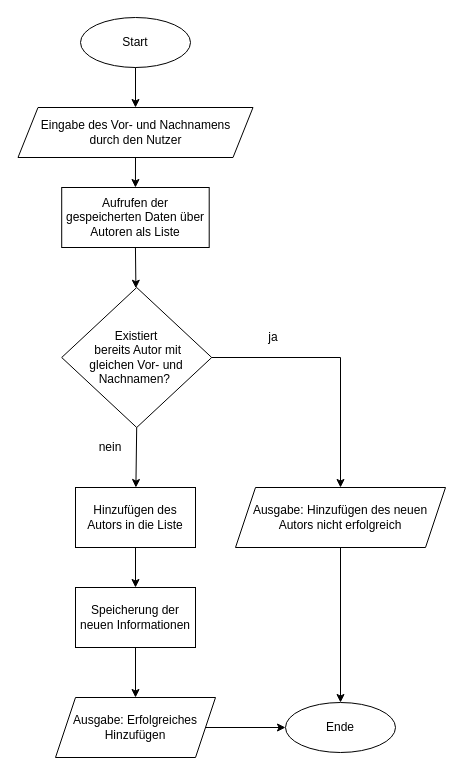
Before: docs/dias/add-author-pap.drawio in syaufmia/book-app, a draw.io diagram. Source tidied: cells renumbered, new cells numbered last; positions are measured from the earlier drawing's top-left corner, leaving out a move shared by most shapes. Both pictures are drawn from the tidied source at 100%, with x=0, y=0 at pixel (18, 17).
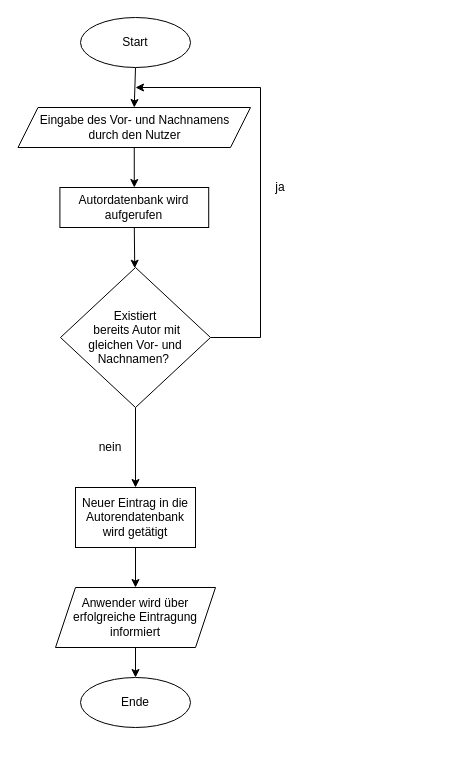
The same diagram, later.

Diff of the diagram source:
```diff
@@
-    <mxCell id="3" value="Start" style="ellipse;whiteSpace=wrap;html=1;fillColor=none;" parent="1" vertex="1">
+    <mxCell id="3" value="Start" style="ellipse;whiteSpace=wrap;html=1;" parent="1" vertex="1">
       <mxGeometry x="62" width="110" height="50" as="geometry" />
     </mxCell>
@@
-    <mxCell id="5" value="Eingabe des Vor- und Nachnamens&lt;br&gt;durch den Nutzer" style="shape=parallelogram;perimeter=parallelogramPerimeter;whiteSpace=wrap;html=1;fixedSize=1;fillColor=none;" parent="1" vertex="1">
-      <mxGeometry x="-0.5" y="90" width="235" height="50" as="geometry" />
+    <mxCell id="5" value="Eingabe des Vor- und Nachnamens&lt;br&gt;durch den Nutzer" style="shape=parallelogram;perimeter=parallelogramPerimeter;whiteSpace=wrap;html=1;fixedSize=1;" parent="1" vertex="1">
+      <mxGeometry x="-0.5" y="90" width="232.5" height="40" as="geometry" />
     </mxCell>
@@
-    <mxCell id="7" value="Aufrufen der &lt;br&gt;gespeicherten Daten über Autoren als Liste" style="rounded=0;whiteSpace=wrap;html=1;fillColor=none;" parent="1" vertex="1">
-      <mxGeometry x="43.2" y="170" width="147.5" height="60" as="geometry" />
+    <mxCell id="7" value="Autordatenbank wird aufgerufen" style="rounded=0;whiteSpace=wrap;html=1;" parent="1" vertex="1">
+      <mxGeometry x="41.4" y="170" width="148.8" height="40" as="geometry" />
     </mxCell>
@@
-    <mxCell id="9" style="edgeStyle=orthogonalEdgeStyle;rounded=0;jettySize=auto;html=1;exitX=1;exitY=0.5;exitDx=0;exitDy=0;entryX=0.5;entryY=0;entryDx=0;entryDy=0;" parent="1" edge="1" source="10" target="18">
-      <mxGeometry relative="1" as="geometry" />
+    <mxCell id="9" style="edgeStyle=orthogonalEdgeStyle;rounded=0;jettySize=auto;html=1;exitX=1;exitY=0.5;exitDx=0;exitDy=0;" parent="1" edge="1" source="10">
+      <mxGeometry relative="1" as="geometry">
+        <mxPoint x="117" y="70" as="targetPoint" />
+        <Array as="points">
+          <mxPoint x="242" y="320" />
+          <mxPoint x="242" y="70" />
+        </Array>
+      </mxGeometry>
     </mxCell>
-    <mxCell id="10" value="Existiert&lt;br&gt;&amp;nbsp;bereits Autor mit &lt;br&gt;gleichen Vor- und &lt;br&gt;Nachnamen?&amp;nbsp;" style="rhombus;whiteSpace=wrap;html=1;fillColor=none;" parent="1" vertex="1">
-      <mxGeometry x="43.2" y="270" width="150" height="140" as="geometry" />
+    <mxCell id="10" value="Existiert&lt;br&gt;&amp;nbsp;bereits Autor mit &lt;br&gt;gleichen Vor- und &lt;br&gt;Nachnamen?&amp;nbsp;" style="rhombus;whiteSpace=wrap;html=1;" parent="1" vertex="1">
+      <mxGeometry x="42" y="250" width="150" height="140" as="geometry" />
     </mxCell>
-    <mxCell id="11" style="edgeStyle=none;rounded=0;jettySize=auto;html=1;exitX=0.5;exitY=1;exitDx=0;exitDy=0;entryX=0.5;entryY=0;entryDx=0;entryDy=0;" parent="1" edge="1" source="12" target="14">
+    <mxCell id="11" style="edgeStyle=none;rounded=0;jettySize=auto;html=1;exitX=0.5;exitY=1;exitDx=0;exitDy=0;entryX=0.5;entryY=0;entryDx=0;entryDy=0;" parent="1" edge="1" source="12" target="16">
       <mxGeometry relative="1" as="geometry" />
     </mxCell>
-    <mxCell id="12" value="Hinzufügen des Autors in die Liste" style="rounded=0;whiteSpace=wrap;html=1;fillColor=none;" parent="1" vertex="1">
+    <mxCell id="12" value="Neuer Eintrag in die Autorendatenbank wird getätigt" style="rounded=0;whiteSpace=wrap;html=1;" parent="1" vertex="1">
       <mxGeometry x="57" y="470" width="120" height="60" as="geometry" />
     </mxCell>
-    <mxCell id="13" style="edgeStyle=none;rounded=0;jettySize=auto;html=1;exitX=0.5;exitY=1;exitDx=0;exitDy=0;" parent="1" edge="1" source="14" target="16">
-      <mxGeometry relative="1" as="geometry" />
-    </mxCell>
-    <mxCell id="14" value="Speicherung der neuen Informationen" style="rounded=0;whiteSpace=wrap;html=1;fillColor=none;" parent="1" vertex="1">
-      <mxGeometry x="57" y="570" width="120" height="60" as="geometry" />
-    </mxCell>
-    <mxCell id="15" style="edgeStyle=none;rounded=0;jettySize=auto;html=1;exitX=1;exitY=0.5;exitDx=0;exitDy=0;entryX=0;entryY=0.5;entryDx=0;entryDy=0;" parent="1" edge="1" source="16" target="21">
-      <mxGeometry relative="1" as="geometry" />
-    </mxCell>
+    <mxCell id="17" style="edgeStyle=orthogonalEdgeStyle;rounded=0;jettySize=auto;html=1;exitX=0.5;exitY=1;exitDx=0;exitDy=0;entryX=0.5;entryY=0;entryDx=0;entryDy=0;" parent="1" edge="1" source="16" target="21">
+      <mxGeometry relative="1" as="geometry" />
+    </mxCell>
-    <mxCell id="16" value="Ausgabe: Erfolgreiches Hinzufügen" style="shape=parallelogram;perimeter=parallelogramPerimeter;whiteSpace=wrap;html=1;fixedSize=1;fillColor=none;" parent="1" vertex="1">
-      <mxGeometry x="37" y="680" width="160" height="60" as="geometry" />
+    <mxCell id="16" value="Anwender wird über erfolgreiche Eintragung informiert" style="shape=parallelogram;perimeter=parallelogramPerimeter;whiteSpace=wrap;html=1;fixedSize=1;" parent="1" vertex="1">
+      <mxGeometry x="37" y="570" width="160" height="60" as="geometry" />
     </mxCell>
-    <mxCell id="17" style="edgeStyle=none;rounded=0;jettySize=auto;html=1;exitX=0.5;exitY=1;exitDx=0;exitDy=0;entryX=0.5;entryY=0;entryDx=0;entryDy=0;" parent="1" edge="1" source="18" target="21">
-      <mxGeometry relative="1" as="geometry" />
-    </mxCell>
-    <mxCell id="18" value="Ausgabe: Hinzufügen des neuen Autors nicht erfolgreich" style="shape=parallelogram;perimeter=parallelogramPerimeter;whiteSpace=wrap;html=1;fixedSize=1;fillColor=none;" parent="1" vertex="1">
-      <mxGeometry x="217" y="470" width="210" height="60" as="geometry" />
-    </mxCell>
@@
     <mxCell id="20" value="ja" style="text;html=1;strokeColor=none;fillColor=none;align=center;verticalAlign=middle;whiteSpace=wrap;rounded=0;" parent="1" vertex="1">
-      <mxGeometry x="234.5" y="310" width="40" height="20" as="geometry" />
+      <mxGeometry x="242" y="160" width="40" height="20" as="geometry" />
     </mxCell>
-    <mxCell id="21" value="Ende" style="ellipse;whiteSpace=wrap;html=1;fillColor=none;" parent="1" vertex="1">
-      <mxGeometry x="267" y="685" width="110" height="50" as="geometry" />
+    <mxCell id="21" value="Ende" style="ellipse;whiteSpace=wrap;html=1;" parent="1" vertex="1">
+      <mxGeometry x="62" y="660" width="110" height="50" as="geometry" />
     </mxCell>
```
